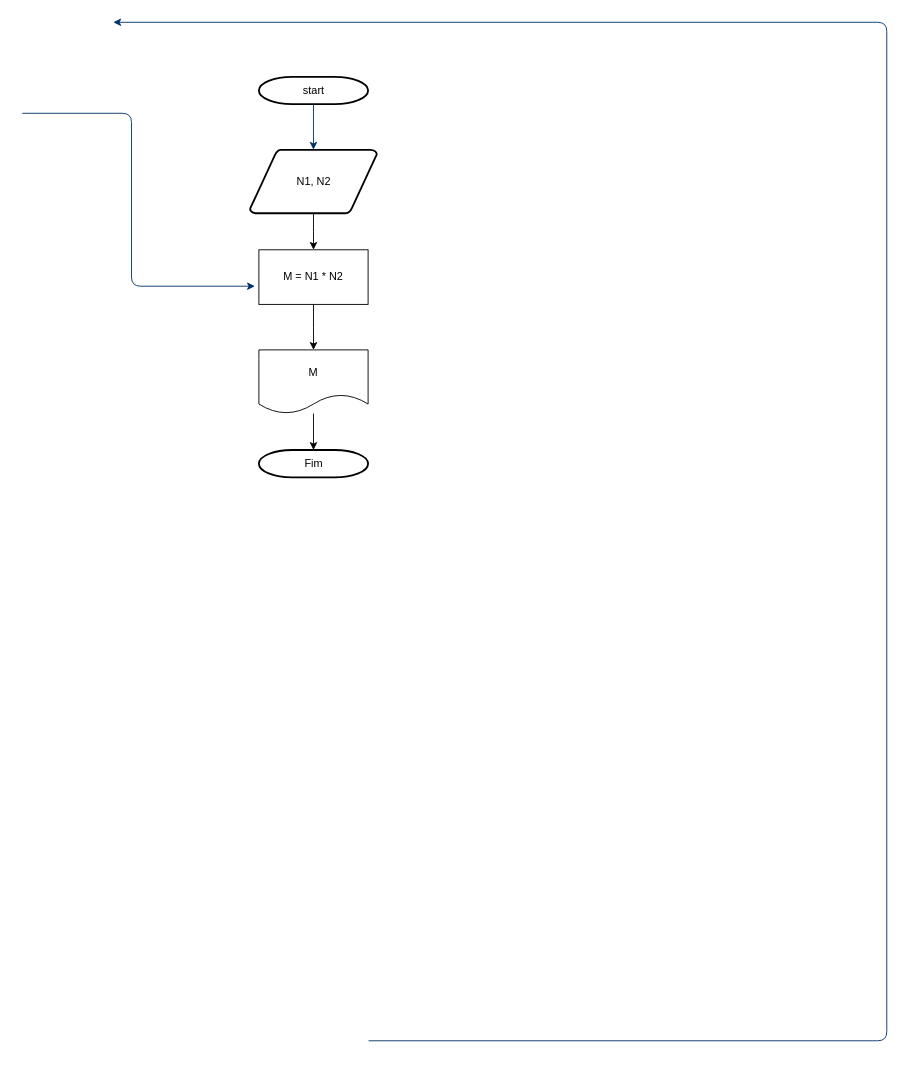
The draw.io diagram page "Multiplicação" (1 of 3) of Untitled Diagram.drawio in Eduardomm101/Faculdade, before the edit. Source tidied: cells renumbered, new cells numbered last; positions are measured from the earlier drawing's top-left corner, leaving out a move shared by most shapes. Both pictures are drawn from the tidied source at 91%, with x=0, y=0 at pixel (22, 22).
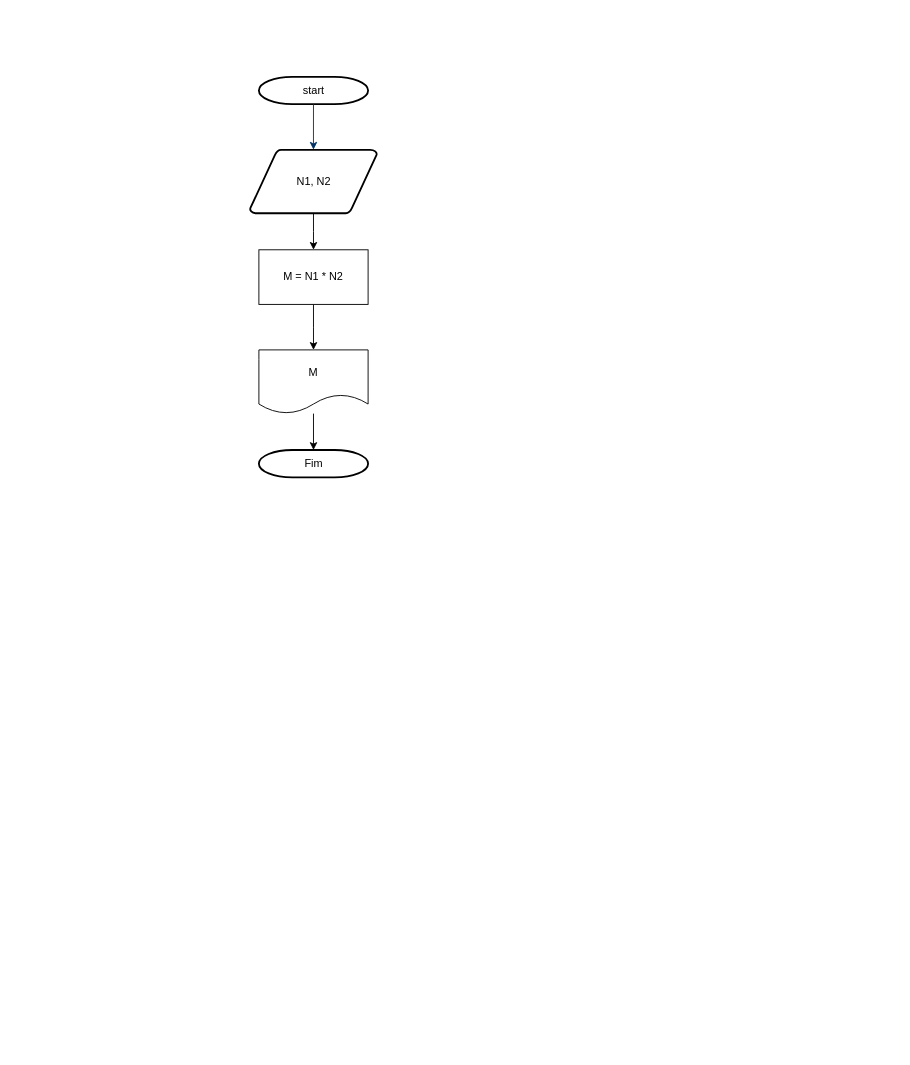
The same page after the edit.

What changed in the source:
```diff
@@
 <mxGraphModel background="#ffffff">
   <root>
     <mxCell id="0" />
     <mxCell id="1" parent="0" />
     <mxCell id="2" value="start" style="shape=mxgraph.flowchart.terminator;strokeWidth=2;gradientColor=none;gradientDirection=north;fontStyle=0;html=1;" parent="1" vertex="1">
       <mxGeometry x="260" y="60" width="120" height="30" as="geometry" />
     </mxCell>
     <mxCell id="3" style="edgeStyle=orthogonalEdgeStyle;rounded=0;jettySize=auto;html=1;entryX=0.5;entryY=0;entryDx=0;entryDy=0;" parent="1" edge="1" source="4" target="9">
       <mxGeometry relative="1" as="geometry" />
     </mxCell>
     <mxCell id="4" value="N1, N2" style="shape=mxgraph.flowchart.data;strokeWidth=2;gradientColor=none;gradientDirection=north;fontStyle=0;html=1;" parent="1" vertex="1">
       <mxGeometry x="250.2" y="140" width="139.5" height="70" as="geometry" />
     </mxCell>
     <mxCell id="5" style="fontStyle=1;strokeColor=#003366;strokeWidth=1;html=1;" parent="1" edge="1" source="2" target="4">
       <mxGeometry relative="1" as="geometry" />
     </mxCell>
-    <mxCell id="6" style="edgeStyle=elbowEdgeStyle;elbow=horizontal;exitX=1;exitY=0.5;exitPerimeter=0;entryX=0.905;entryY=0.5;entryPerimeter=0;fontStyle=1;strokeColor=#003366;strokeWidth=1;html=1;" parent="1" edge="1">
-      <mxGeometry as="geometry">
-        <mxPoint x="380.5" y="1119.2" as="sourcePoint" />
-        <mxPoint x="100" as="targetPoint" />
-        <Array as="points">
-          <mxPoint x="950" y="1320" />
-        </Array>
-      </mxGeometry>
-    </mxCell>
-    <mxCell id="7" style="edgeStyle=elbowEdgeStyle;elbow=horizontal;exitX=0;exitY=0.5;exitPerimeter=0;entryX=0.095;entryY=0.5;entryPerimeter=0;fontStyle=1;strokeColor=#003366;strokeWidth=1;html=1;" parent="1" edge="1">
-      <mxGeometry as="geometry">
-        <mxPoint y="100" as="sourcePoint" />
-        <mxPoint x="255.6" y="290" as="targetPoint" />
-        <Array as="points">
-          <mxPoint x="120" y="970" />
-        </Array>
-      </mxGeometry>
-    </mxCell>
     <mxCell id="8" style="edgeStyle=orthogonalEdgeStyle;rounded=0;jettySize=auto;html=1;" parent="1" edge="1" source="9">
       <mxGeometry relative="1" as="geometry">
         <mxPoint x="320" y="360" as="targetPoint" />
       </mxGeometry>
     </mxCell>
     <mxCell id="9" value="M = N1 * N2" style="rounded=0;whiteSpace=wrap;html=1;" parent="1" vertex="1">
       <mxGeometry x="260" y="250" width="120" height="60" as="geometry" />
     </mxCell>
     <mxCell id="10" style="edgeStyle=orthogonalEdgeStyle;rounded=0;jettySize=auto;html=1;entryX=0.5;entryY=0;entryDx=0;entryDy=0;entryPerimeter=0;" parent="1" edge="1" source="11" target="12">
       <mxGeometry relative="1" as="geometry" />
     </mxCell>
     <mxCell id="11" value="M" style="shape=document;whiteSpace=wrap;html=1;boundedLbl=1;" parent="1" vertex="1">
       <mxGeometry x="260" y="360" width="120" height="70" as="geometry" />
     </mxCell>
     <mxCell id="12" value="Fim" style="shape=mxgraph.flowchart.terminator;strokeWidth=2;gradientColor=none;gradientDirection=north;fontStyle=0;html=1;" parent="1" vertex="1">
       <mxGeometry x="260" y="470" width="120" height="30" as="geometry" />
     </mxCell>
   </root>
 </mxGraphModel>
```
